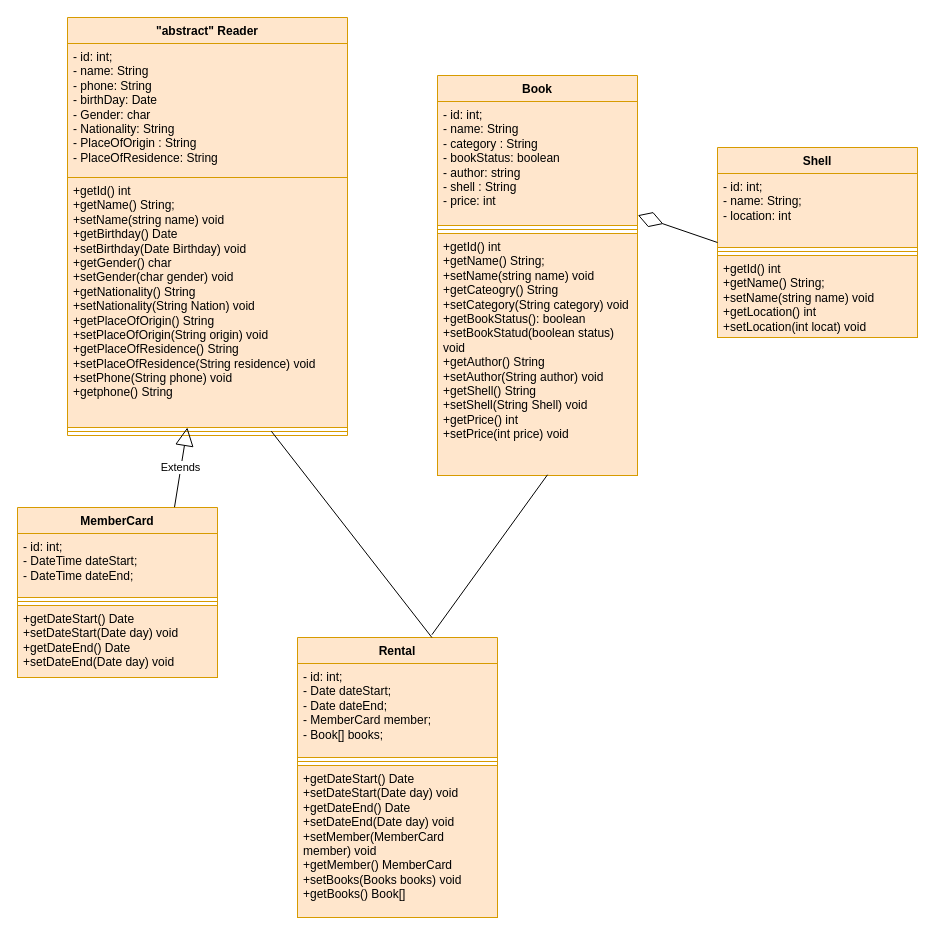
The draw.io diagram BookMan.ConsoleApp/Biểu đồ không có tiêu đề.drawio in sadbrain/week5, before the edit. Source tidied: cells renumbered, new cells numbered last; positions are measured from the earlier drawing's top-left corner, leaving out a move shared by most shapes. Both pictures are drawn from the tidied source at 100%, with x=0, y=0 at pixel (17, 17).
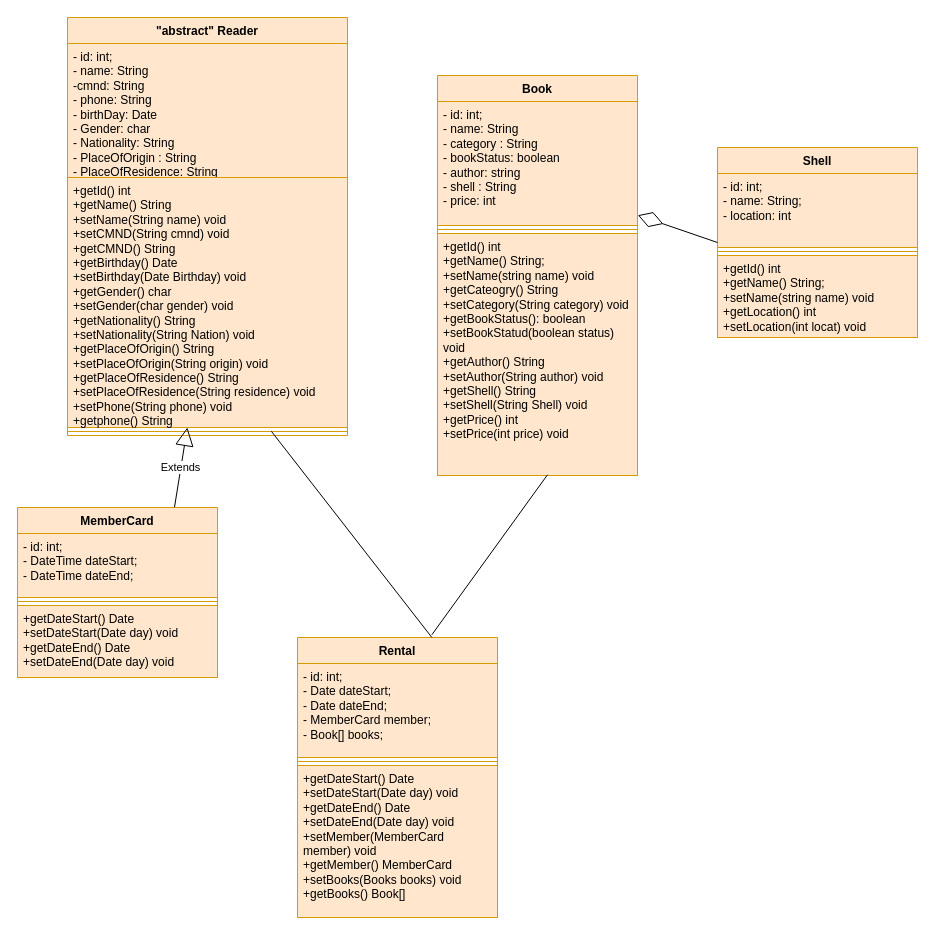
After the change.

Commit message:
Cập nhật Biểu đồ không có tiêu đề.drawio

Unchanged cells that the change refers to:
```xml
<mxCell id="2" value="&quot;abstract&quot; Reader" style="swimlane;fontStyle=1;align=center;verticalAlign=top;horizontal=1;startSize=26;whiteSpace=wrap;html=1;fillColor=#ffe6cc;strokeColor=#d79b00;" parent="1" vertex="1">
  <mxGeometry x="50" width="280" height="418" as="geometry" />
</mxCell>
```

Diff of the diagram source:
```diff
@@
-    <mxCell id="3" value="- id: int;&lt;br&gt;- name: String&lt;br&gt;- phone: String&lt;br&gt;- birthDay: Date&lt;br&gt;- Gender: char&lt;br&gt;- Nationality: String&lt;br&gt;- PlaceOfOrigin : String&lt;br&gt;- PlaceOfResidence: String" style="text;strokeColor=#d79b00;fillColor=#ffe6cc;align=left;verticalAlign=top;spacingLeft=4;spacingRight=4;overflow=hidden;whiteSpace=wrap;html=1;" parent="2" vertex="1">
+    <mxCell id="3" value="- id: int;&lt;br&gt;- name: String&lt;br&gt;-cmnd: String&lt;br&gt;- phone: String&lt;br&gt;- birthDay: Date&lt;br&gt;- Gender: char&lt;br&gt;- Nationality: String&lt;br&gt;- PlaceOfOrigin : String&lt;br&gt;- PlaceOfResidence: String" style="text;strokeColor=#d79b00;fillColor=#ffe6cc;align=left;verticalAlign=top;spacingLeft=4;spacingRight=4;overflow=hidden;whiteSpace=wrap;html=1;" parent="2" vertex="1">
       <mxGeometry y="26" width="280" height="134" as="geometry" />
     </mxCell>
-    <mxCell id="4" value="+getId() int&lt;br&gt;+getName() String;&lt;br&gt;+setName(string name) void&lt;br&gt;+getBirthday() Date&lt;br&gt;+setBirthday(Date Birthday) void&lt;br&gt;+getGender() char&lt;br&gt;+setGender(char gender) void&lt;br&gt;+getNationality() String&lt;br&gt;+setNationality(String Nation) void&lt;br&gt;+getPlaceOfOrigin() String&lt;br&gt;+setPlaceOfOrigin(String origin) void&lt;br&gt;+getPlaceOfResidence() String&lt;br style=&quot;border-color: var(--border-color);&quot;&gt;+setPlaceOfResidence(String residence) void&lt;br&gt;+setPhone(String phone) void&lt;br&gt;+getphone() String" style="text;strokeColor=#d79b00;fillColor=#ffe6cc;align=left;verticalAlign=top;spacingLeft=4;spacingRight=4;overflow=hidden;points=[[0,0.5],[1,0.5]];portConstraint=eastwest;whiteSpace=wrap;html=1;" parent="2" vertex="1">
+    <mxCell id="4" value="+getId() int&lt;br&gt;+getName() String&lt;br&gt;+setName(String name) void&lt;br&gt;+setCMND(String cmnd) void&lt;br&gt;+getCMND() String&lt;br&gt;+getBirthday() Date&lt;br&gt;+setBirthday(Date Birthday) void&lt;br&gt;+getGender() char&lt;br&gt;+setGender(char gender) void&lt;br&gt;+getNationality() String&lt;br&gt;+setNationality(String Nation) void&lt;br&gt;+getPlaceOfOrigin() String&lt;br&gt;+setPlaceOfOrigin(String origin) void&lt;br&gt;+getPlaceOfResidence() String&lt;br style=&quot;border-color: var(--border-color);&quot;&gt;+setPlaceOfResidence(String residence) void&lt;br&gt;+setPhone(String phone) void&lt;br&gt;+getphone() String" style="text;strokeColor=#d79b00;fillColor=#ffe6cc;align=left;verticalAlign=top;spacingLeft=4;spacingRight=4;overflow=hidden;points=[[0,0.5],[1,0.5]];portConstraint=eastwest;whiteSpace=wrap;html=1;" parent="2" vertex="1">
       <mxGeometry y="160" width="280" height="250" as="geometry" />
     </mxCell>
```
